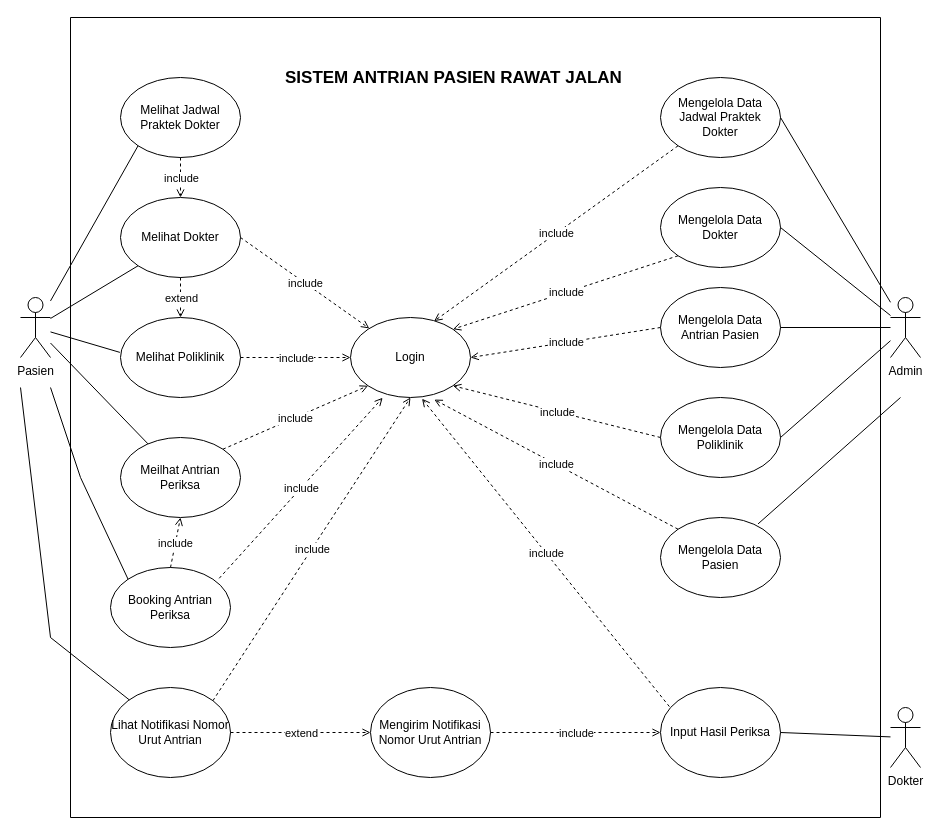
The draw.io diagram Untitled Diagram.drawio in triwiboworidhopermana19/skripsi-sistem-antrian-yowari, before the edit. Source tidied: cells renumbered, new cells numbered last; positions are measured from the earlier drawing's top-left corner, leaving out a move shared by most shapes. Both pictures are drawn from the tidied source at 100%, with x=0, y=0 at pixel (20, 17).
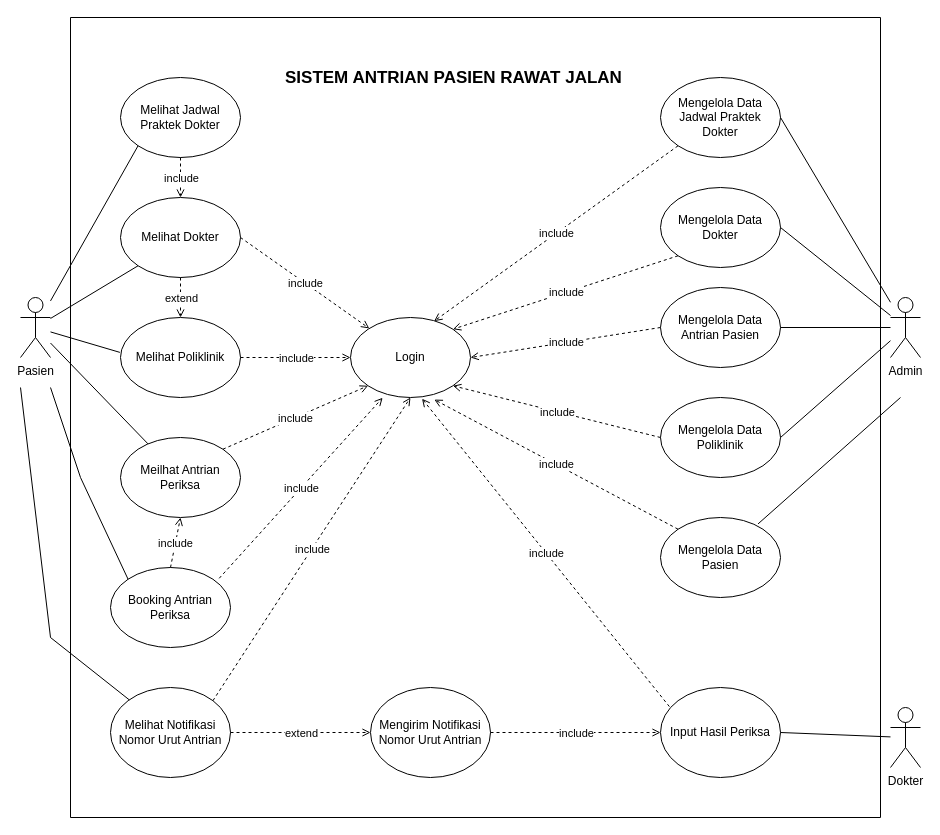
Above is the later version.

Commit message:
update usecase melihat notifikasi nomor urut antrian

What changed in the source:
```diff
@@
-    <mxCell id="27" value="Lihat Notifikasi Nomor Urut Antrian" style="ellipse;whiteSpace=wrap;html=1;" parent="1" vertex="1">
+    <mxCell id="27" value="Melihat Notifikasi Nomor Urut Antrian" style="ellipse;whiteSpace=wrap;html=1;" parent="1" vertex="1">
       <mxGeometry x="90" y="670" width="120" height="90" as="geometry" />
     </mxCell>
```
